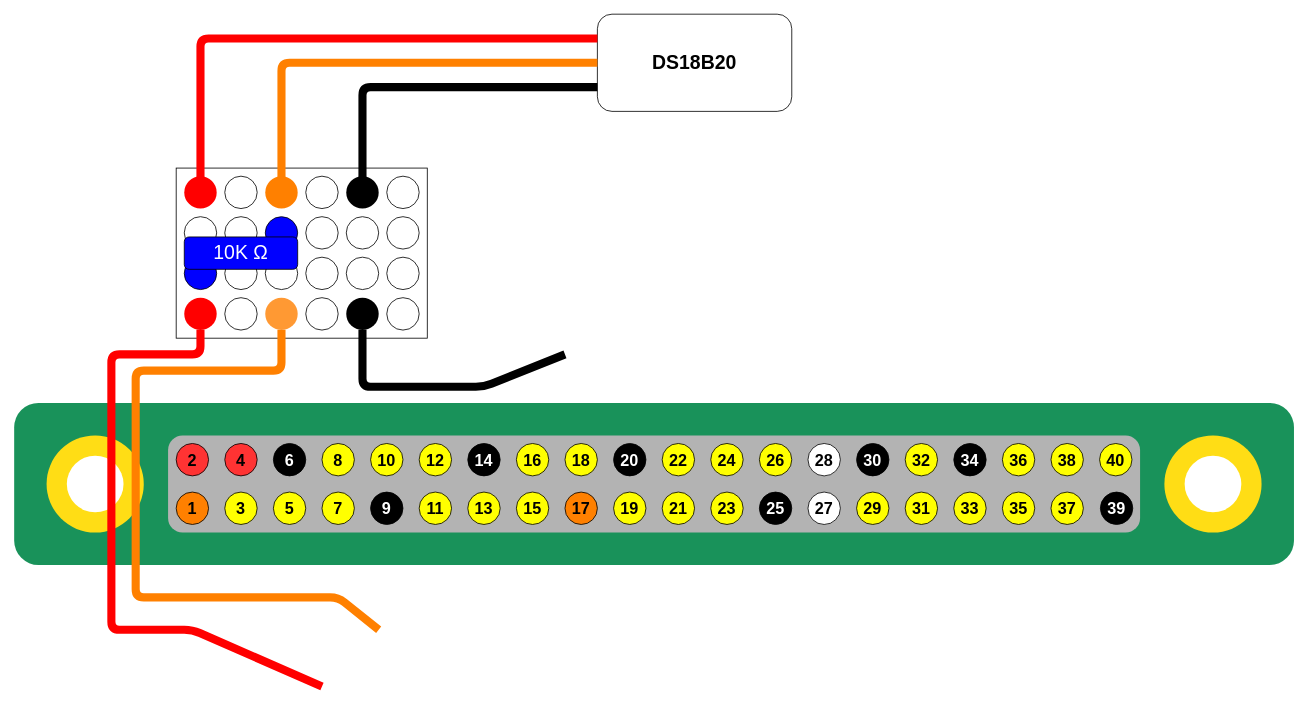
Chu3an/rpi-iot-lesson keeps this draw.io diagram as drawio/ds18b20.drawio. Above is the earlier version. Source tidied: cells renumbered, new cells numbered last; positions are measured from the earlier drawing's top-left corner, leaving out a move shared by most shapes. Both pictures are drawn from the tidied source at 81%, with x=0, y=0 at pixel (14, 14).
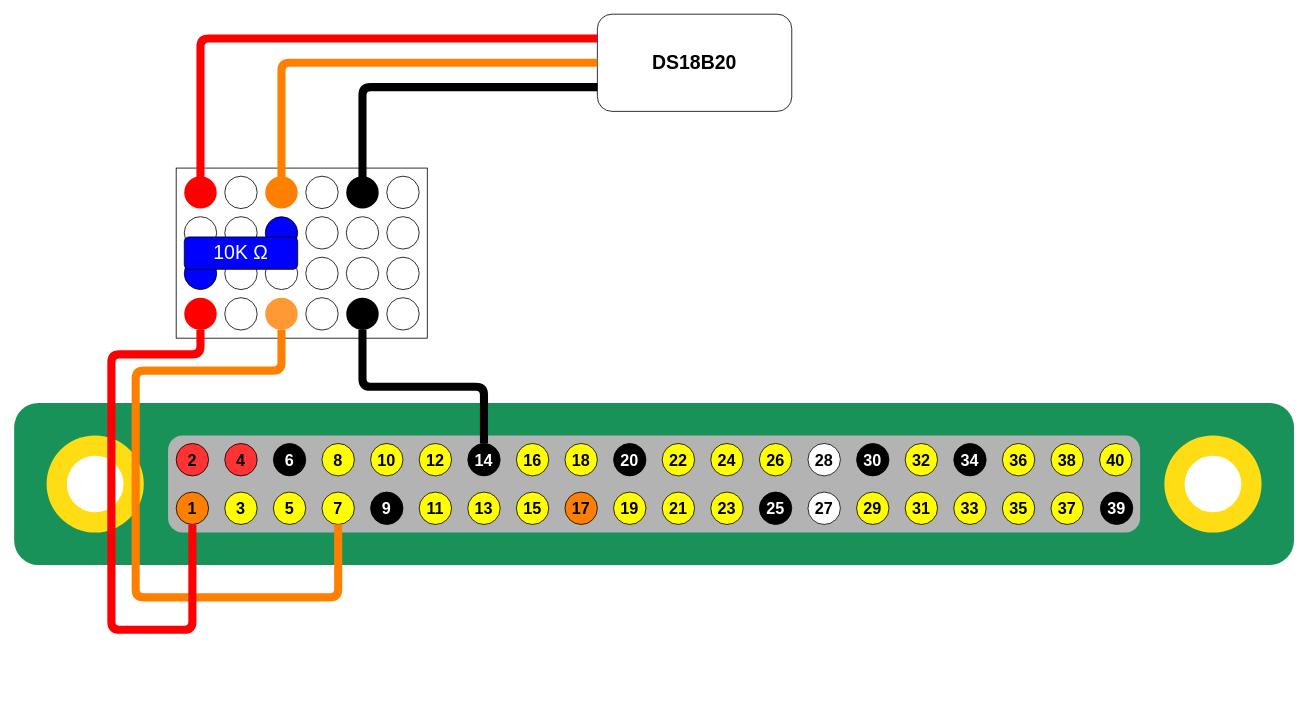
The same diagram, later.

The change refers to these unchanged cells:
```xml
<mxCell id="9" value="1" style="ellipse;whiteSpace=wrap;html=1;fontStyle=1;fontSize=20;fillColor=#FF8000;" parent="1" vertex="1">
  <mxGeometry x="200" y="590" width="40" height="40" as="geometry" />
</mxCell>
<mxCell id="24" value="7" style="ellipse;whiteSpace=wrap;html=1;fontStyle=1;fontSize=20;fillColor=#FFFF00;" parent="1" vertex="1">
  <mxGeometry x="380" y="590" width="40" height="40" as="geometry" />
</mxCell>
<mxCell id="36" value="14" style="ellipse;whiteSpace=wrap;html=1;fontStyle=1;fontSize=20;fillColor=#000000;labelBackgroundColor=none;fontColor=#FFFFFF;" parent="1" vertex="1">
  <mxGeometry x="560" y="530" width="40" height="40" as="geometry" />
</mxCell>
<mxCell id="52" style="ellipse;whiteSpace=wrap;html=1;fillColor=#FF0000;strokeColor=none;" parent="50" vertex="1">
  <mxGeometry x="10" y="160" width="40" height="40" as="geometry" />
</mxCell>
<mxCell id="63" style="ellipse;whiteSpace=wrap;html=1;fillColor=#FF9933;strokeColor=none;" parent="50" vertex="1">
  <mxGeometry x="110" y="160" width="40" height="40" as="geometry" />
</mxCell>
<mxCell id="71" style="ellipse;whiteSpace=wrap;html=1;fillColor=#000000;strokeColor=none;" parent="50" vertex="1">
  <mxGeometry x="210" y="160" width="40" height="40" as="geometry" />
</mxCell>
```

Change to the diagram source:
```diff
@@
-    <mxCell id="80" style="endArrow=none;html=1;fontSize=20;exitX=0.5;exitY=1;exitDx=0;exitDy=0;strokeWidth=10;" parent="1" edge="1" source="71">
+    <mxCell id="80" style="endArrow=none;html=1;fontSize=20;exitX=0.5;exitY=1;exitDx=0;exitDy=0;strokeWidth=10;entryX=0.5;entryY=0;entryDx=0;entryDy=0;" parent="1" edge="1" source="71" target="36">
       <mxGeometry relative="1" as="geometry">
-        <mxPoint x="680" y="420" as="targetPoint" />
         <Array as="points">
           <mxPoint x="430" y="460" />
           <mxPoint x="580" y="460" />
         </Array>
       </mxGeometry>
     </mxCell>
-    <mxCell id="81" style="endArrow=none;html=1;fontSize=20;exitX=0.5;exitY=1;exitDx=0;exitDy=0;strokeWidth=10;strokeColor=#FF8000;" parent="1" edge="1" source="63">
+    <mxCell id="81" style="endArrow=none;html=1;fontSize=20;exitX=0.5;exitY=1;exitDx=0;exitDy=0;strokeWidth=10;strokeColor=#FF8000;entryX=0.5;entryY=1;entryDx=0;entryDy=0;" parent="1" edge="1" source="63" target="24">
       <mxGeometry relative="1" as="geometry">
-        <mxPoint x="450" y="760" as="targetPoint" />
         <Array as="points">
           <mxPoint x="330" y="440" />
           <mxPoint x="150" y="440" />
           <mxPoint x="150" y="720" />
           <mxPoint x="400" y="720" />
         </Array>
       </mxGeometry>
     </mxCell>
-    <mxCell id="82" style="endArrow=none;html=1;fontSize=20;exitX=0.5;exitY=1;exitDx=0;exitDy=0;strokeWidth=10;strokeColor=#FF0000;" parent="1" edge="1" source="52">
+    <mxCell id="82" style="endArrow=none;html=1;fontSize=20;exitX=0.5;exitY=1;exitDx=0;exitDy=0;strokeWidth=10;strokeColor=#FF0000;entryX=0.5;entryY=1;entryDx=0;entryDy=0;" parent="1" edge="1" source="52" target="9">
       <mxGeometry relative="1" as="geometry">
-        <mxPoint x="380" y="830" as="targetPoint" />
         <Array as="points">
           <mxPoint x="230" y="420" />
           <mxPoint x="120" y="420" />
           <mxPoint x="120" y="760" />
           <mxPoint x="220" y="760" />
         </Array>
       </mxGeometry>
     </mxCell>
```
